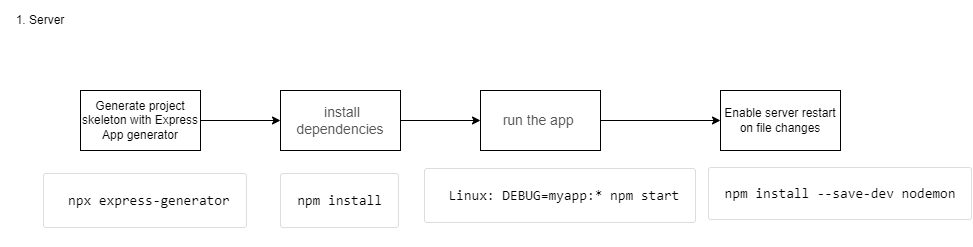
f2xiao/express_library keeps this draw.io diagram as Setup.png. Above is the earlier version. Source tidied: cells renumbered, new cells last; positions are measured from the earlier drawing's top-left corner, leaving out a move shared by most shapes.
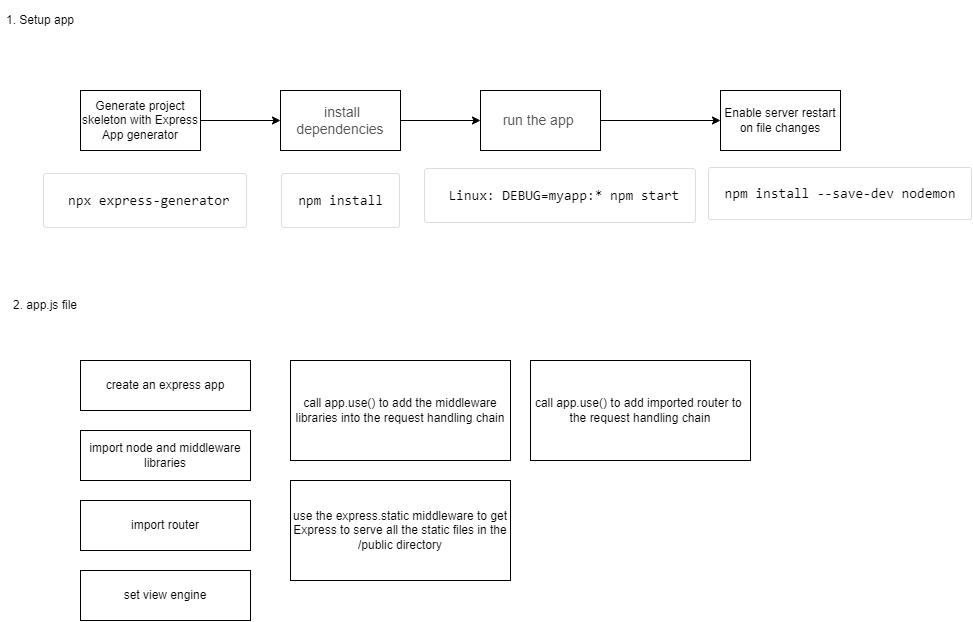
After the commit.

What changed in the source:
```diff
@@ -29,7 +29,7 @@
     <mxCell id="10" value="&lt;pre style=&quot;box-sizing: border-box ; color: rgb(85 , 85 , 85) ; font-size: 14px ; line-height: 1.4 ; padding: 16px ; border-radius: 3px ; overflow: auto ; border: 1px solid rgb(221 , 221 , 221)&quot;&gt;&lt;code class=&quot;language-console&quot; style=&quot;box-sizing: border-box ; overflow: scroll ; word-break: normal ; color: rgb(0 , 0 , 0) ; text-shadow: rgb(255 , 255 , 255) 0px 1px ; font-family: &amp;#34;consolas&amp;#34; , &amp;#34;monaco&amp;#34; , &amp;#34;andale mono&amp;#34; , monospace ; direction: ltr ; word-spacing: normal ; line-height: 1.5&quot;&gt; Linux: DEBUG=myapp:* npm start&lt;/code&gt;&lt;/pre&gt;" style="text;html=1;strokeColor=none;fillColor=none;align=center;verticalAlign=middle;whiteSpace=wrap;rounded=0;" parent="1" vertex="1">
       <mxGeometry x="440" y="180" width="240" height="30" as="geometry" />
     </mxCell>
-    <mxCell id="11" value="1. Server" style="text;html=1;strokeColor=none;fillColor=none;align=center;verticalAlign=middle;whiteSpace=wrap;rounded=0;" parent="1" vertex="1">
+    <mxCell id="11" value="1. Setup app" style="text;html=1;strokeColor=none;fillColor=none;align=center;verticalAlign=middle;whiteSpace=wrap;rounded=0;" parent="1" vertex="1">
       <mxGeometry width="80" height="40" as="geometry" />
     </mxCell>
     <mxCell id="12" value="Enable server restart on file changes" style="whiteSpace=wrap;html=1;rounded=0;" parent="1" vertex="1">
@@ -38,5 +38,29 @@
     <mxCell id="13" value="&lt;pre style=&quot;box-sizing: border-box ; line-height: 1.4 ; padding: 16px ; border-radius: 3px ; overflow: auto ; border: 1px solid rgb(221 , 221 , 221)&quot;&gt;&lt;font face=&quot;consolas, monaco, andale mono, monospace&quot;&gt;&lt;span style=&quot;font-size: 14px&quot;&gt;npm install --save-dev nodemon&lt;/span&gt;&lt;/font&gt;&lt;span style=&quot;color: rgb(85 , 85 , 85) ; font-size: 14px&quot;&gt;&lt;br/&gt;&lt;/span&gt;&lt;/pre&gt;&lt;div&gt;&lt;br&gt;&lt;/div&gt;" style="text;html=1;strokeColor=none;fillColor=none;align=center;verticalAlign=middle;whiteSpace=wrap;rounded=0;" parent="1" vertex="1">
       <mxGeometry x="720" y="185" width="240" height="30" as="geometry" />
     </mxCell>
+    <mxCell id="14" value="2. app.js file" style="text;html=1;strokeColor=none;fillColor=none;align=center;verticalAlign=middle;whiteSpace=wrap;rounded=0;" parent="1" vertex="1">
+      <mxGeometry y="290" width="90" height="30" as="geometry" />
+    </mxCell>
+    <mxCell id="15" value="create an express app" style="rounded=0;whiteSpace=wrap;html=1;" parent="1" vertex="1">
+      <mxGeometry x="80" y="360" width="170" height="50" as="geometry" />
+    </mxCell>
+    <mxCell id="16" value="import node and middleware libraries" style="rounded=0;whiteSpace=wrap;html=1;" parent="1" vertex="1">
+      <mxGeometry x="80" y="430" width="170" height="50" as="geometry" />
+    </mxCell>
+    <mxCell id="17" value="import router" style="rounded=0;whiteSpace=wrap;html=1;" parent="1" vertex="1">
+      <mxGeometry x="80" y="500" width="170" height="50" as="geometry" />
+    </mxCell>
+    <mxCell id="18" value="set view engine" style="rounded=0;whiteSpace=wrap;html=1;" parent="1" vertex="1">
+      <mxGeometry x="80" y="570" width="170" height="50" as="geometry" />
+    </mxCell>
+    <mxCell id="19" value="call app.use() to add the middleware libraries into the request handling chain" style="rounded=0;whiteSpace=wrap;html=1;" parent="1" vertex="1">
+      <mxGeometry x="290" y="360" width="220" height="100" as="geometry" />
+    </mxCell>
+    <mxCell id="20" value="use the express.static middleware to get Express to serve all the static files in the /public directory" style="rounded=0;whiteSpace=wrap;html=1;" parent="1" vertex="1">
+      <mxGeometry x="290" y="480" width="220" height="100" as="geometry" />
+    </mxCell>
+    <mxCell id="21" value="call app.use() to add imported router to&amp;nbsp; the request handling chain" style="rounded=0;whiteSpace=wrap;html=1;" parent="1" vertex="1">
+      <mxGeometry x="530" y="360" width="220" height="100" as="geometry" />
+    </mxCell>
   </root>
 </mxGraphModel>
```
